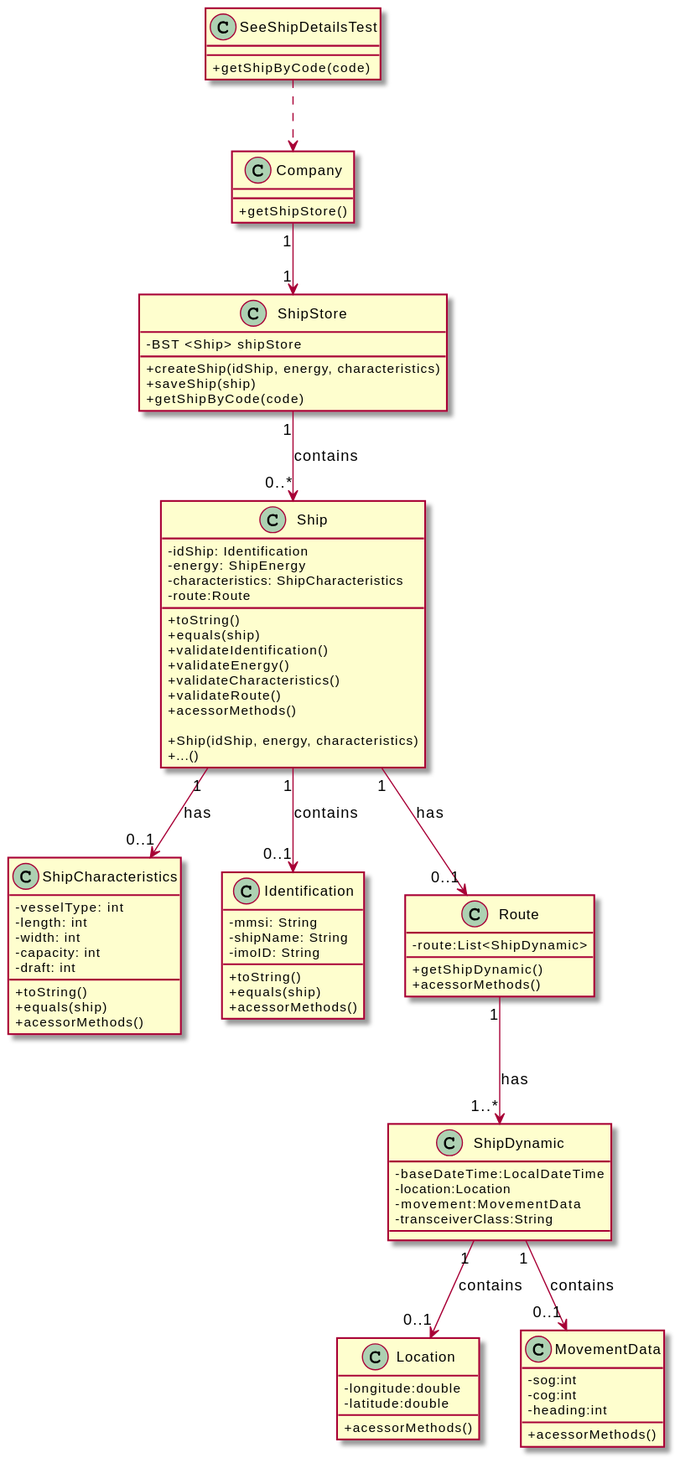
RuiRioPina/CargoMaster keeps this PlantUML diagram as docs/US102/US102_CD.svg. Above is the earlier version.
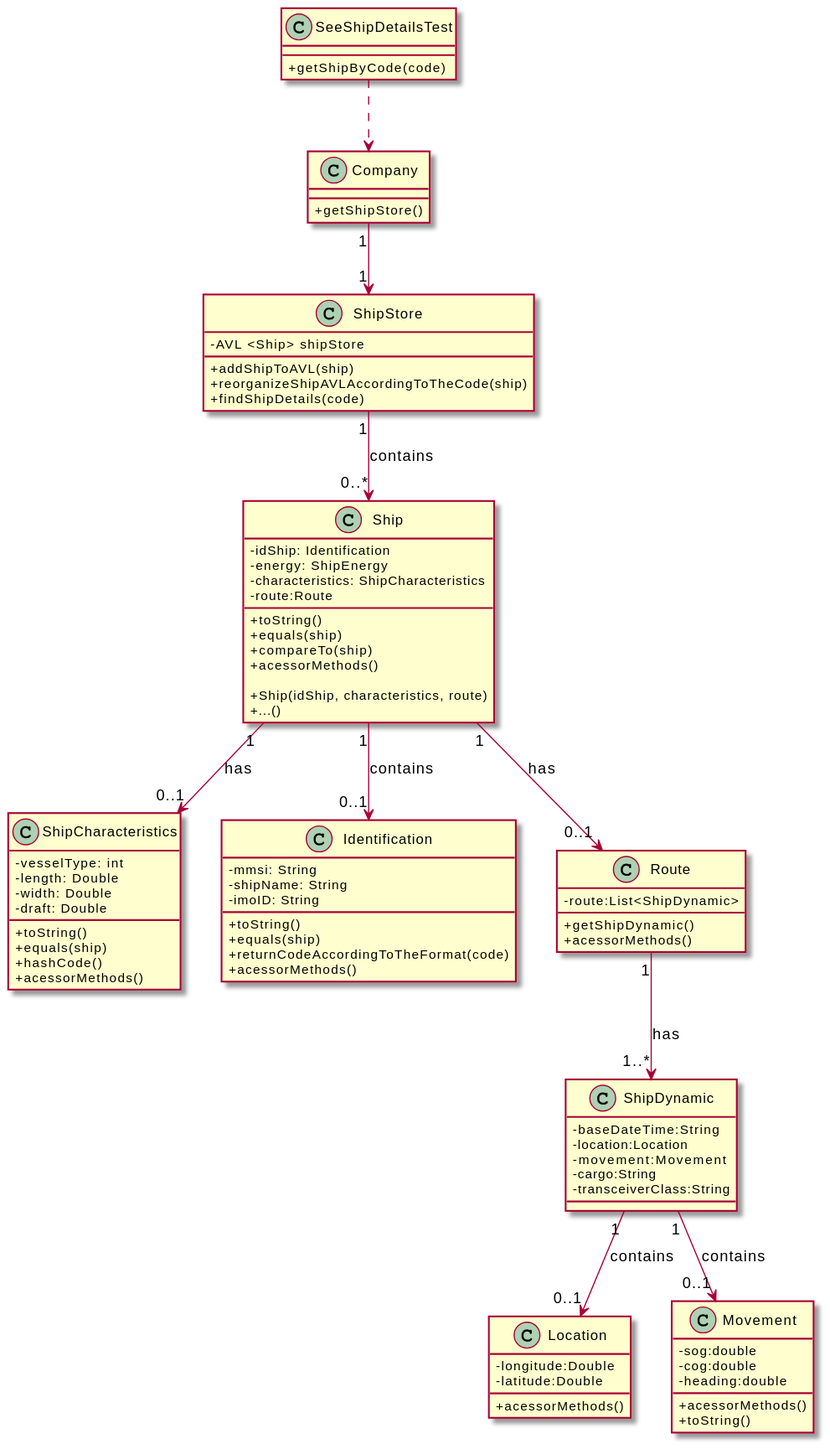
The same diagram one commit later.

What changed in the source:
```diff
@@ -1,84 +1,84 @@
 @startuml
 skinparam classAttributeIconSize 0
 
-Class "Company"{
+class "Company"{
 +getShipStore()
 }
 
 
-Class "Ship"{
+class "Ship"{
 -idShip: Identification
 -energy: ShipEnergy
 -characteristics: ShipCharacteristics
 -route:Route
 +toString()
 +equals(ship)
-+validateIdentification()
-+validateEnergy()
-+validateCharacteristics()
-+validateRoute()
++compareTo(ship)
 +acessorMethods()
 
-+Ship(idShip, energy, characteristics)
++Ship(idShip, characteristics, route)
 +...()
 }
 
-Class "ShipStore"{
-  -BST <Ship> shipStore
-  +createShip(idShip, energy, characteristics)
-  +saveShip(ship)
-  +getShipByCode(code)
+class "ShipStore"{
+   -AVL <Ship> shipStore
+   +addShipToAVL(ship)
+   +reorganizeShipAVLAccordingToTheCode(ship)
+   +findShipDetails(code)
 }
 
 class "ShipCharacteristics" {
 - vesselType: int
-- length: int
-- width: int
-- capacity: int
-- draft: int
+- length: Double
+- width: Double
+- draft: Double
 +toString()
 +equals(ship)
++hashCode()
 +acessorMethods()
 }
 
-Class "SeeShipDetailsTest"{
+class "SeeShipDetailsTest"{
 +getShipByCode(code)
 }
 
-Class "Identification"{
+class "Identification"{
 -mmsi: String
 -shipName: String
 -imoID: String
 +toString()
 +equals(ship)
++returnCodeAccordingToTheFormat(code)
 +acessorMethods()
 }
 
-Class "Route" {
+class "Route" {
 -route:List<ShipDynamic>
 +getShipDynamic()
 +acessorMethods()
 }
 
-Class "ShipDynamic" {
--baseDateTime:LocalDateTime
+class "ShipDynamic" {
+-baseDateTime:String
 -location:Location
--movement:MovementData
+-movement:Movement
+-cargo:String
 -transceiverClass:String
 
 }
 
-Class "Location" {
--longitude:double
--latitude:double
+class "Location" {
+-longitude:Double
+-latitude:Double
 +acessorMethods()
 }
 
-Class "MovementData" {
--sog:int
--cog:int
--heading:int
+class "Movement" {
+-sog:double
+-cog:double
+-heading:double
 +acessorMethods()
++toString()
 }
 
 SeeShipDetailsTest..>Company
@@ -88,6 +88,6 @@
 Ship"1"  --> "0..1" ShipCharacteristics : has
 Ship"1"  --> "0..1" Route: has
 Route"1"  --> "1..*" ShipDynamic: has
-ShipDynamic"1"  --> "0..1" MovementData: contains
+ShipDynamic"1"  --> "0..1" Movement: contains
 ShipDynamic"1"  --> "0..1" Location: contains
 @enduml
```
